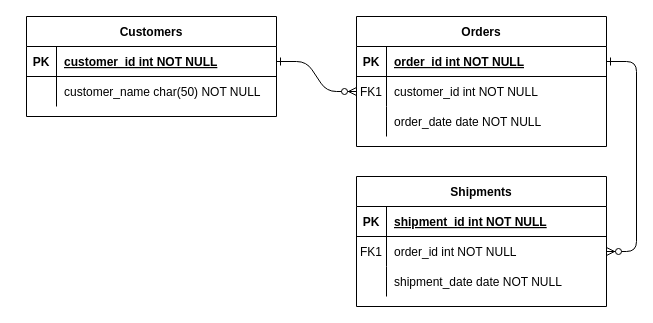
Before: Untitled Diagram.drawio in vinaykurmi/star-schema, a draw.io diagram. Source tidied: cells renumbered, new cells numbered last; positions are measured from the earlier drawing's top-left corner, leaving out a move shared by most shapes. Both pictures are drawn from the tidied source at 100%, with x=0, y=0 at pixel (26, 16).
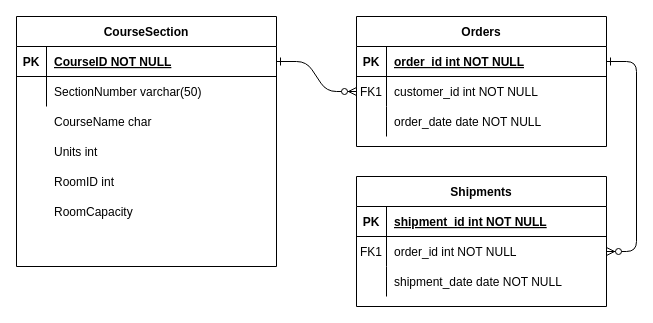
The same diagram, later.

Change to the diagram source:
```diff
@@
-    <mxCell id="24" value="Customers" style="shape=table;startSize=30;childLayout=tableLayout;rowLines=0;fontStyle=1;align=center;" parent="1" vertex="1">
-      <mxGeometry width="250" height="100" as="geometry" />
+    <mxCell id="24" value="CourseSection" style="shape=table;startSize=30;childLayout=tableLayout;rowLines=0;fontStyle=1;align=center;" parent="1" vertex="1">
+      <mxGeometry x="-10" width="260" height="250" as="geometry" />
     </mxCell>
     <mxCell id="25" style="shape=partialRectangle;fillColor=none;points=[[0,0.5],[1,0.5]];portConstraint=eastwest;top=0;left=0;right=0;bottom=1;" parent="24" vertex="1">
-      <mxGeometry y="30" width="250" height="30" as="geometry" />
+      <mxGeometry y="30" width="260" height="30" as="geometry" />
     </mxCell>
@@
-    <mxCell id="27" value="customer_id int NOT NULL " style="shape=partialRectangle;overflow=hidden;fillColor=none;top=0;left=0;bottom=0;right=0;align=left;spacingLeft=6;fontStyle=5;" parent="25" vertex="1">
-      <mxGeometry x="30" width="220" height="30" as="geometry" />
+    <mxCell id="27" value="CourseID NOT NULL" style="shape=partialRectangle;overflow=hidden;fillColor=none;top=0;left=0;bottom=0;right=0;align=left;spacingLeft=6;fontStyle=5;" parent="25" vertex="1">
+      <mxGeometry x="30" width="230" height="30" as="geometry" />
     </mxCell>
     <mxCell id="28" style="shape=partialRectangle;fillColor=none;top=0;left=0;right=0;bottom=0;" parent="24" vertex="1">
-      <mxGeometry y="60" width="250" height="30" as="geometry" />
+      <mxGeometry y="60" width="260" height="30" as="geometry" />
     </mxCell>
@@
-    <mxCell id="30" value="customer_name char(50) NOT NULL" style="shape=partialRectangle;overflow=hidden;fillColor=none;top=0;left=0;bottom=0;right=0;align=left;spacingLeft=6;" parent="28" vertex="1">
-      <mxGeometry x="30" width="220" height="30" as="geometry" />
+    <mxCell id="30" value="SectionNumber varchar(50)" style="shape=partialRectangle;overflow=hidden;fillColor=none;top=0;left=0;bottom=0;right=0;align=left;spacingLeft=6;" parent="28" vertex="1">
+      <mxGeometry x="30" width="230" height="30" as="geometry" />
     </mxCell>
+    <mxCell id="31" style="shape=partialRectangle;fillColor=none;top=0;left=0;right=0;bottom=0;" parent="1" vertex="1">
+      <mxGeometry x="-10" y="90" width="260" height="30" as="geometry" />
+    </mxCell>
+    <mxCell id="32" style="shape=partialRectangle;overflow=hidden;fillColor=none;top=0;left=0;bottom=0;right=0;" parent="31" vertex="1">
+      <mxGeometry width="30" height="30" as="geometry" />
+    </mxCell>
+    <mxCell id="33" value="CourseName char" style="shape=partialRectangle;overflow=hidden;fillColor=none;top=0;left=0;bottom=0;right=0;align=left;spacingLeft=6;" parent="31" vertex="1">
+      <mxGeometry x="30" width="230" height="30" as="geometry" />
+    </mxCell>
+    <mxCell id="34" value="Units int" style="shape=partialRectangle;overflow=hidden;fillColor=none;top=0;left=0;bottom=0;right=0;align=left;spacingLeft=6;" parent="1" vertex="1">
+      <mxGeometry x="20" y="120" width="230" height="30" as="geometry" />
+    </mxCell>
+    <mxCell id="35" value="RoomID int" style="shape=partialRectangle;overflow=hidden;fillColor=none;top=0;left=0;bottom=0;right=0;align=left;spacingLeft=6;" parent="1" vertex="1">
+      <mxGeometry x="20" y="150" width="230" height="30" as="geometry" />
+    </mxCell>
+    <mxCell id="36" value="RoomCapacity" style="shape=partialRectangle;overflow=hidden;fillColor=none;top=0;left=0;bottom=0;right=0;align=left;spacingLeft=6;" parent="1" vertex="1">
+      <mxGeometry x="20" y="180" width="230" height="30" as="geometry" />
+    </mxCell>
```
